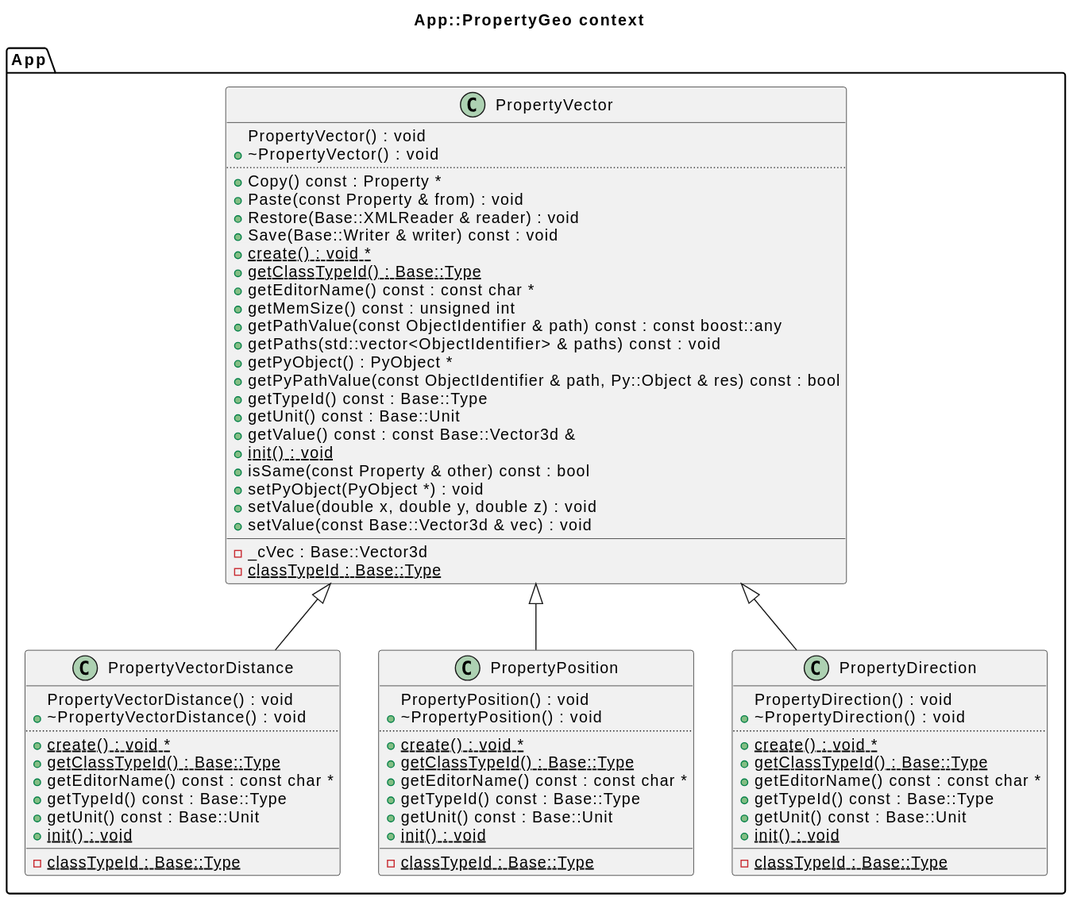
The PlantUML diagram freecad/diagrams/app_PropertyGeo.svg in bkryza/clang-uml-examples, before a commit. The source it was exported from:
```plantuml
@startuml
title App::PropertyGeo context
package [App] as C_0018282610363821501524 {
class "PropertyVector" as C_0001461766869203530439
class C_0001461766869203530439 [[https://github.com/FreeCAD/FreeCAD/blob/2fcc5317fe3aee96ca73475986a577719fc78e20/src/App/PropertyGeo.h#L54{PropertyVector}]] {
+PropertyVector() : void [[[https://github.com/FreeCAD/FreeCAD/blob/2fcc5317fe3aee96ca73475986a577719fc78e20/src/App/PropertyGeo.h#L63{PropertyVector}]]]
+~PropertyVector() : void [[[https://github.com/FreeCAD/FreeCAD/blob/2fcc5317fe3aee96ca73475986a577719fc78e20/src/App/PropertyGeo.h#L69{~PropertyVector}]]]
..
+Copy() const : Property * [[[https://github.com/FreeCAD/FreeCAD/blob/2fcc5317fe3aee96ca73475986a577719fc78e20/src/App/PropertyGeo.h#L92{Copy}]]]
+Paste(const Property & from) : void [[[https://github.com/FreeCAD/FreeCAD/blob/2fcc5317fe3aee96ca73475986a577719fc78e20/src/App/PropertyGeo.h#L93{Paste}]]]
+Restore(Base::XMLReader & reader) : void [[[https://github.com/FreeCAD/FreeCAD/blob/2fcc5317fe3aee96ca73475986a577719fc78e20/src/App/PropertyGeo.h#L90{Restore}]]]
+Save(Base::Writer & writer) const : void [[[https://github.com/FreeCAD/FreeCAD/blob/2fcc5317fe3aee96ca73475986a577719fc78e20/src/App/PropertyGeo.h#L89{Save}]]]
{static} +create() : void * [[[https://github.com/FreeCAD/FreeCAD/blob/2fcc5317fe3aee96ca73475986a577719fc78e20/src/Base/BaseClass.h#L52{create}]]]
{static} +getClassTypeId() : Base::Type [[[https://github.com/FreeCAD/FreeCAD/blob/2fcc5317fe3aee96ca73475986a577719fc78e20/src/Base/BaseClass.h#L49{getClassTypeId}]]]
+getEditorName() const : const char * [[[https://github.com/FreeCAD/FreeCAD/blob/2fcc5317fe3aee96ca73475986a577719fc78e20/src/App/PropertyGeo.h#L82{getEditorName}]]]
+getMemSize() const : unsigned int [[[https://github.com/FreeCAD/FreeCAD/blob/2fcc5317fe3aee96ca73475986a577719fc78e20/src/App/PropertyGeo.h#L95{getMemSize}]]]
+getPathValue(const ObjectIdentifier & path) const : const boost::any [[[https://github.com/FreeCAD/FreeCAD/blob/2fcc5317fe3aee96ca73475986a577719fc78e20/src/App/PropertyGeo.h#L99{getPathValue}]]]
+getPaths(std::vector<ObjectIdentifier> & paths) const : void [[[https://github.com/FreeCAD/FreeCAD/blob/2fcc5317fe3aee96ca73475986a577719fc78e20/src/App/PropertyGeo.h#L77{getPaths}]]]
+getPyObject() : PyObject * [[[https://github.com/FreeCAD/FreeCAD/blob/2fcc5317fe3aee96ca73475986a577719fc78e20/src/App/PropertyGeo.h#L86{getPyObject}]]]
+getPyPathValue(const ObjectIdentifier & path, Py::Object & res) const : bool [[[https://github.com/FreeCAD/FreeCAD/blob/2fcc5317fe3aee96ca73475986a577719fc78e20/src/App/PropertyGeo.h#L101{getPyPathValue}]]]
+getTypeId() const : Base::Type [[[https://github.com/FreeCAD/FreeCAD/blob/2fcc5317fe3aee96ca73475986a577719fc78e20/src/Base/BaseClass.h#L50{getTypeId}]]]
+getUnit() const : Base::Unit [[[https://github.com/FreeCAD/FreeCAD/blob/2fcc5317fe3aee96ca73475986a577719fc78e20/src/App/PropertyGeo.h#L103{getUnit}]]]
+getValue() const : const Base::Vector3d & [[[https://github.com/FreeCAD/FreeCAD/blob/2fcc5317fe3aee96ca73475986a577719fc78e20/src/App/PropertyGeo.h#L81{getValue}]]]
{static} +init() : void [[[https://github.com/FreeCAD/FreeCAD/blob/2fcc5317fe3aee96ca73475986a577719fc78e20/src/Base/BaseClass.h#L51{init}]]]
+isSame(const Property & other) const : bool [[[https://github.com/FreeCAD/FreeCAD/blob/2fcc5317fe3aee96ca73475986a577719fc78e20/src/App/PropertyGeo.h#L107{isSame}]]]
+setPyObject(PyObject *) : void [[[https://github.com/FreeCAD/FreeCAD/blob/2fcc5317fe3aee96ca73475986a577719fc78e20/src/App/PropertyGeo.h#L87{setPyObject}]]]
+setValue(double x, double y, double z) : void [[[https://github.com/FreeCAD/FreeCAD/blob/2fcc5317fe3aee96ca73475986a577719fc78e20/src/App/PropertyGeo.h#L74{setValue}]]]
+setValue(const Base::Vector3d & vec) : void [[[https://github.com/FreeCAD/FreeCAD/blob/2fcc5317fe3aee96ca73475986a577719fc78e20/src/App/PropertyGeo.h#L73{setValue}]]]
__
-_cVec : Base::Vector3d [[[https://github.com/FreeCAD/FreeCAD/blob/2fcc5317fe3aee96ca73475986a577719fc78e20/src/App/PropertyGeo.h#L115{_cVec}]]]
{static} -classTypeId : Base::Type [[[https://github.com/FreeCAD/FreeCAD/blob/2fcc5317fe3aee96ca73475986a577719fc78e20/src/Base/BaseClass.h#L55{classTypeId}]]]
}
class "PropertyVectorDistance" as C_0011370410471163533708
class C_0011370410471163533708 [[https://github.com/FreeCAD/FreeCAD/blob/2fcc5317fe3aee96ca73475986a577719fc78e20/src/App/PropertyGeo.h#L119{PropertyVectorDistance}]] {
+PropertyVectorDistance() : void [[[https://github.com/FreeCAD/FreeCAD/blob/2fcc5317fe3aee96ca73475986a577719fc78e20/src/App/PropertyGeo.h#L128{PropertyVectorDistance}]]]
+~PropertyVectorDistance() : void [[[https://github.com/FreeCAD/FreeCAD/blob/2fcc5317fe3aee96ca73475986a577719fc78e20/src/App/PropertyGeo.h#L134{~PropertyVectorDistance}]]]
..
{static} +create() : void * [[[https://github.com/FreeCAD/FreeCAD/blob/2fcc5317fe3aee96ca73475986a577719fc78e20/src/Base/BaseClass.h#L52{create}]]]
{static} +getClassTypeId() : Base::Type [[[https://github.com/FreeCAD/FreeCAD/blob/2fcc5317fe3aee96ca73475986a577719fc78e20/src/Base/BaseClass.h#L49{getClassTypeId}]]]
+getEditorName() const : const char * [[[https://github.com/FreeCAD/FreeCAD/blob/2fcc5317fe3aee96ca73475986a577719fc78e20/src/App/PropertyGeo.h#L140{getEditorName}]]]
+getTypeId() const : Base::Type [[[https://github.com/FreeCAD/FreeCAD/blob/2fcc5317fe3aee96ca73475986a577719fc78e20/src/Base/BaseClass.h#L50{getTypeId}]]]
+getUnit() const : Base::Unit [[[https://github.com/FreeCAD/FreeCAD/blob/2fcc5317fe3aee96ca73475986a577719fc78e20/src/App/PropertyGeo.h#L136{getUnit}]]]
{static} +init() : void [[[https://github.com/FreeCAD/FreeCAD/blob/2fcc5317fe3aee96ca73475986a577719fc78e20/src/Base/BaseClass.h#L51{init}]]]
__
{static} -classTypeId : Base::Type [[[https://github.com/FreeCAD/FreeCAD/blob/2fcc5317fe3aee96ca73475986a577719fc78e20/src/Base/BaseClass.h#L55{classTypeId}]]]
}
class "PropertyPosition" as C_0012980437461845080659
class C_0012980437461845080659 [[https://github.com/FreeCAD/FreeCAD/blob/2fcc5317fe3aee96ca73475986a577719fc78e20/src/App/PropertyGeo.h#L145{PropertyPosition}]] {
+PropertyPosition() : void [[[https://github.com/FreeCAD/FreeCAD/blob/2fcc5317fe3aee96ca73475986a577719fc78e20/src/App/PropertyGeo.h#L154{PropertyPosition}]]]
+~PropertyPosition() : void [[[https://github.com/FreeCAD/FreeCAD/blob/2fcc5317fe3aee96ca73475986a577719fc78e20/src/App/PropertyGeo.h#L160{~PropertyPosition}]]]
..
{static} +create() : void * [[[https://github.com/FreeCAD/FreeCAD/blob/2fcc5317fe3aee96ca73475986a577719fc78e20/src/Base/BaseClass.h#L52{create}]]]
{static} +getClassTypeId() : Base::Type [[[https://github.com/FreeCAD/FreeCAD/blob/2fcc5317fe3aee96ca73475986a577719fc78e20/src/Base/BaseClass.h#L49{getClassTypeId}]]]
+getEditorName() const : const char * [[[https://github.com/FreeCAD/FreeCAD/blob/2fcc5317fe3aee96ca73475986a577719fc78e20/src/App/PropertyGeo.h#L166{getEditorName}]]]
+getTypeId() const : Base::Type [[[https://github.com/FreeCAD/FreeCAD/blob/2fcc5317fe3aee96ca73475986a577719fc78e20/src/Base/BaseClass.h#L50{getTypeId}]]]
+getUnit() const : Base::Unit [[[https://github.com/FreeCAD/FreeCAD/blob/2fcc5317fe3aee96ca73475986a577719fc78e20/src/App/PropertyGeo.h#L162{getUnit}]]]
{static} +init() : void [[[https://github.com/FreeCAD/FreeCAD/blob/2fcc5317fe3aee96ca73475986a577719fc78e20/src/Base/BaseClass.h#L51{init}]]]
__
{static} -classTypeId : Base::Type [[[https://github.com/FreeCAD/FreeCAD/blob/2fcc5317fe3aee96ca73475986a577719fc78e20/src/Base/BaseClass.h#L55{classTypeId}]]]
}
class "PropertyDirection" as C_0014452969300742221927
class C_0014452969300742221927 [[https://github.com/FreeCAD/FreeCAD/blob/2fcc5317fe3aee96ca73475986a577719fc78e20/src/App/PropertyGeo.h#L171{PropertyDirection}]] {
+PropertyDirection() : void [[[https://github.com/FreeCAD/FreeCAD/blob/2fcc5317fe3aee96ca73475986a577719fc78e20/src/App/PropertyGeo.h#L180{PropertyDirection}]]]
+~PropertyDirection() : void [[[https://github.com/FreeCAD/FreeCAD/blob/2fcc5317fe3aee96ca73475986a577719fc78e20/src/App/PropertyGeo.h#L186{~PropertyDirection}]]]
..
{static} +create() : void * [[[https://github.com/FreeCAD/FreeCAD/blob/2fcc5317fe3aee96ca73475986a577719fc78e20/src/Base/BaseClass.h#L52{create}]]]
{static} +getClassTypeId() : Base::Type [[[https://github.com/FreeCAD/FreeCAD/blob/2fcc5317fe3aee96ca73475986a577719fc78e20/src/Base/BaseClass.h#L49{getClassTypeId}]]]
+getEditorName() const : const char * [[[https://github.com/FreeCAD/FreeCAD/blob/2fcc5317fe3aee96ca73475986a577719fc78e20/src/App/PropertyGeo.h#L192{getEditorName}]]]
+getTypeId() const : Base::Type [[[https://github.com/FreeCAD/FreeCAD/blob/2fcc5317fe3aee96ca73475986a577719fc78e20/src/Base/BaseClass.h#L50{getTypeId}]]]
+getUnit() const : Base::Unit [[[https://github.com/FreeCAD/FreeCAD/blob/2fcc5317fe3aee96ca73475986a577719fc78e20/src/App/PropertyGeo.h#L188{getUnit}]]]
{static} +init() : void [[[https://github.com/FreeCAD/FreeCAD/blob/2fcc5317fe3aee96ca73475986a577719fc78e20/src/Base/BaseClass.h#L51{init}]]]
__
{static} -classTypeId : Base::Type [[[https://github.com/FreeCAD/FreeCAD/blob/2fcc5317fe3aee96ca73475986a577719fc78e20/src/Base/BaseClass.h#L55{classTypeId}]]]
}
}
C_0001461766869203530439 <|-- C_0011370410471163533708
C_0001461766869203530439 <|-- C_0012980437461845080659
C_0001461766869203530439 <|-- C_0014452969300742221927

@enduml
```
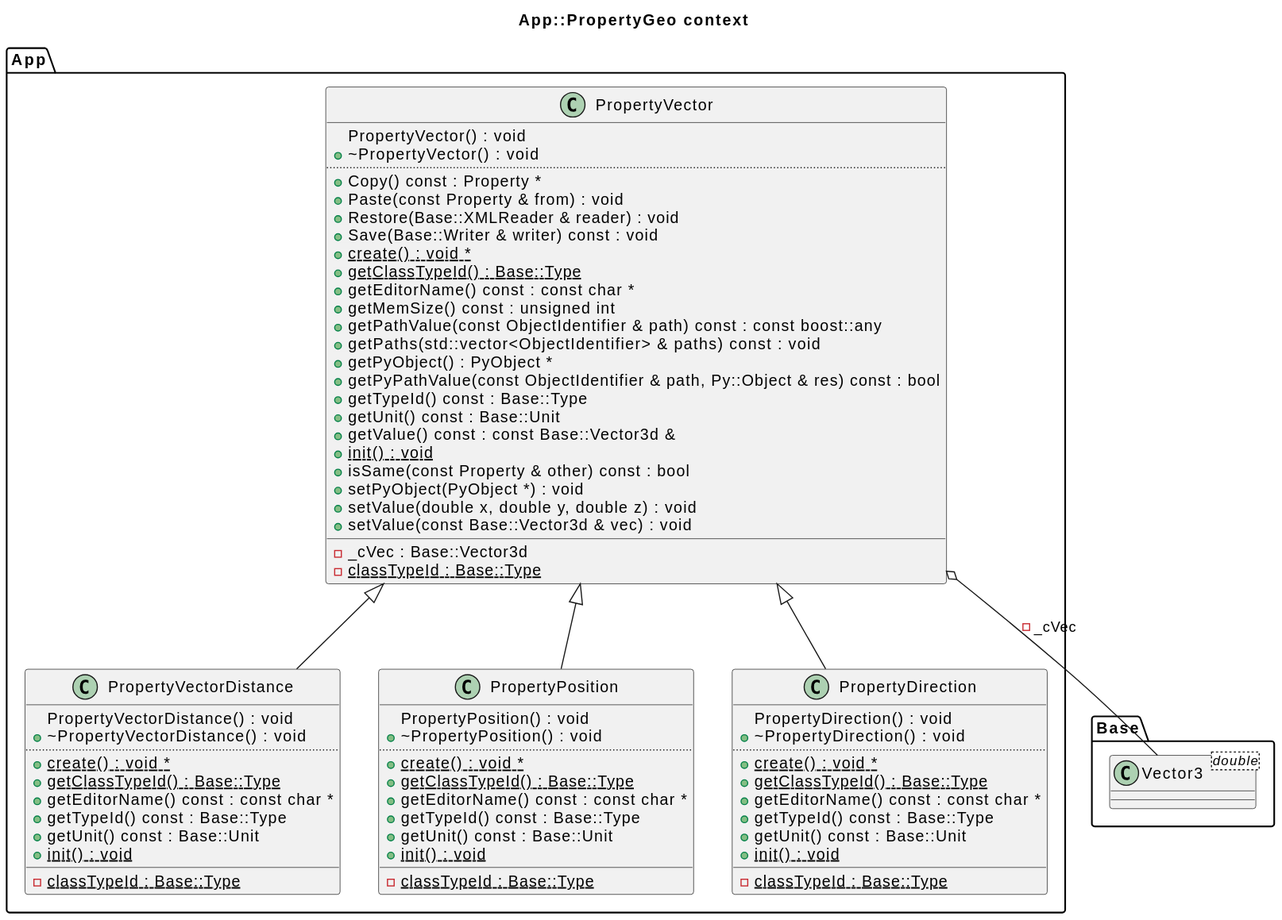
After the change.

Change to the diagram source:
```diff
@@ -1,5 +1,11 @@
 @startuml
 title App::PropertyGeo context
+package [Base] as C_0005614219575140048477 {
+class "Vector3<double>" as C_0012011862505454226667
+class C_0012011862505454226667 [[https://github.com/FreeCAD/FreeCAD/blob/2fcc5317fe3aee96ca73475986a577719fc78e20/src/App/PropertyGeo.h#L73{Vector3}]] {
+__
+}
+}
 package [App] as C_0018282610363821501524 {
 class "PropertyVector" as C_0001461766869203530439
 class C_0001461766869203530439 [[https://github.com/FreeCAD/FreeCAD/blob/2fcc5317fe3aee96ca73475986a577719fc78e20/src/App/PropertyGeo.h#L54{PropertyVector}]] {
@@ -73,6 +79,7 @@
 {static} -classTypeId : Base::Type [[[https://github.com/FreeCAD/FreeCAD/blob/2fcc5317fe3aee96ca73475986a577719fc78e20/src/Base/BaseClass.h#L55{classTypeId}]]]
 }
 }
+C_0001461766869203530439 o-- C_0012011862505454226667 [[https://github.com/FreeCAD/FreeCAD/blob/2fcc5317fe3aee96ca73475986a577719fc78e20/src/App/PropertyGeo.h#L115{_cVec}]] : -_cVec
 C_0001461766869203530439 <|-- C_0011370410471163533708
 C_0001461766869203530439 <|-- C_0012980437461845080659
 C_0001461766869203530439 <|-- C_0014452969300742221927
```
